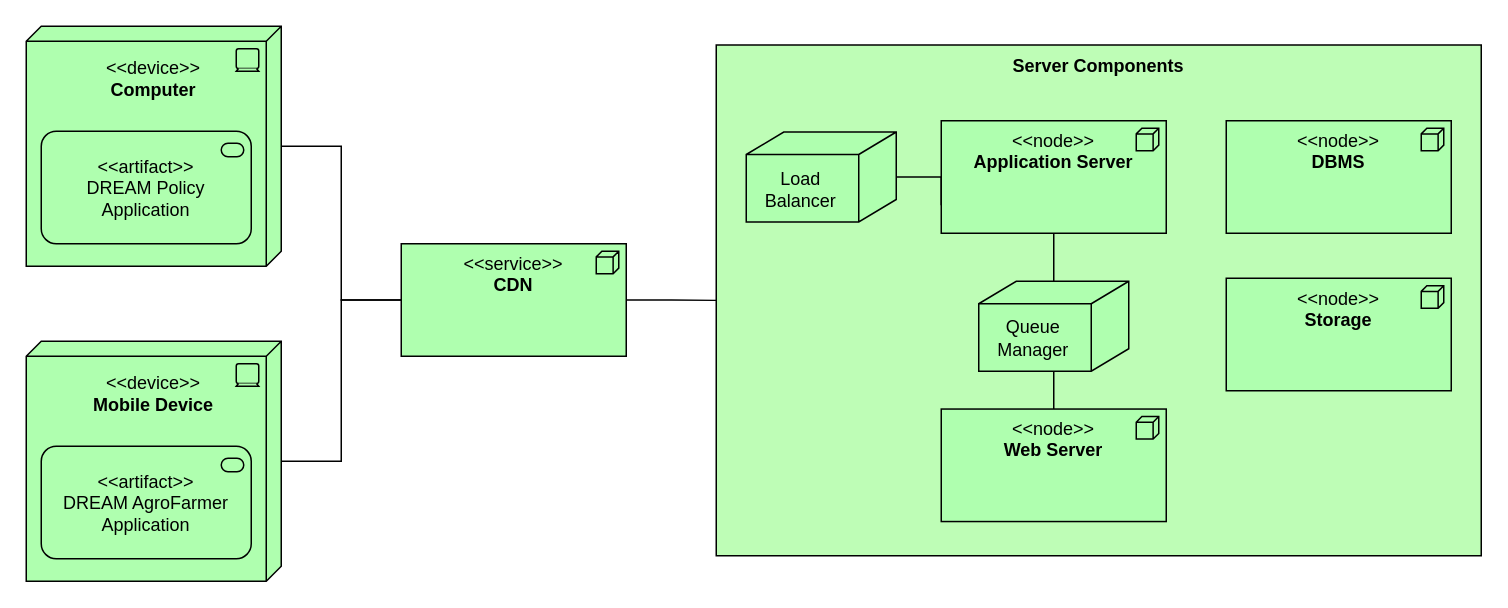
The draw.io diagram images_diagrams/dd/highlevel_deployment.drawio in gabrielemarra/DREAM-ProjectDesign, before the edit. Source tidied: cells renumbered, new cells numbered last; positions are measured from the earlier drawing's top-left corner, leaving out a move shared by most shapes. Both pictures are drawn from the tidied source at 150%, with x=0, y=0 at pixel (26, 26).
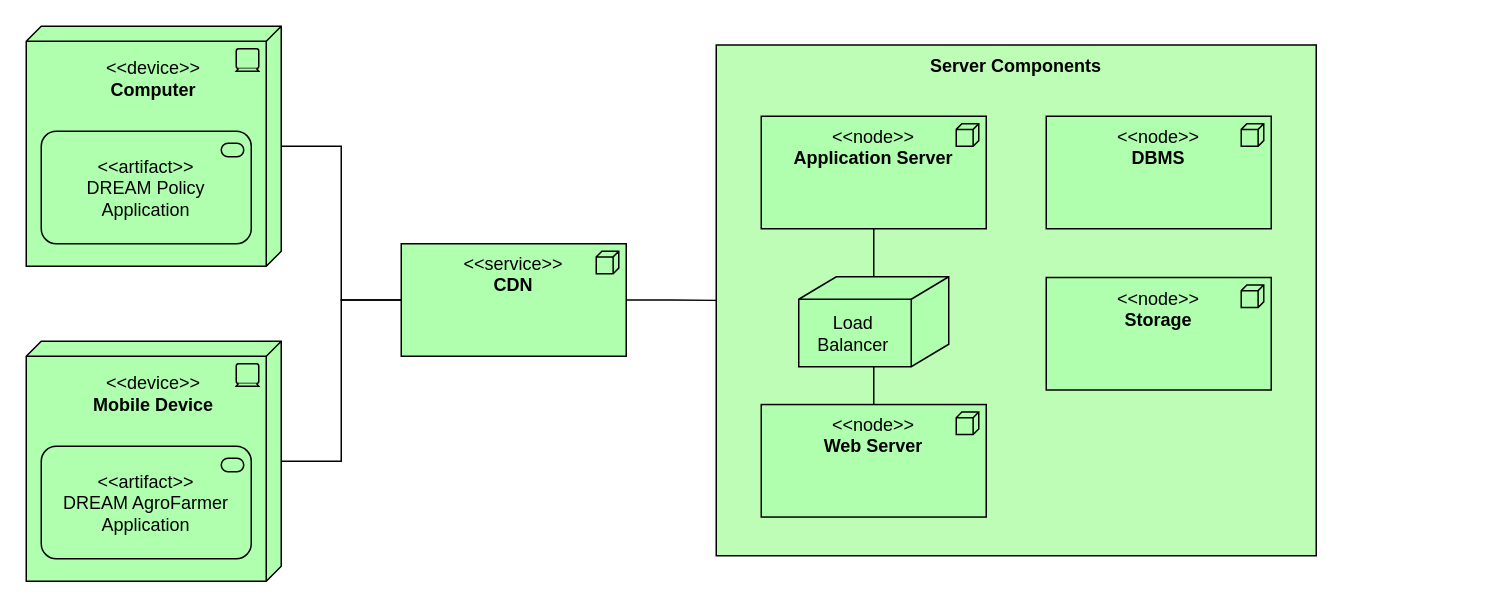
Above is the later version.

The edit, as a diff of the source:
```diff
@@
     <mxCell id="2" value="&lt;b&gt;Server Components&lt;/b&gt;" style="rounded=0;whiteSpace=wrap;html=1;arcSize=2;fillColor=#BEFDB6;strokeColor=#000000;verticalAlign=top;" parent="1" vertex="1">
-      <mxGeometry x="460" y="12.5" width="510" height="340.5" as="geometry" />
+      <mxGeometry x="460" y="12.5" width="400" height="340.5" as="geometry" />
     </mxCell>
@@
     <mxCell id="5" value="&lt;div&gt;&amp;lt;&amp;lt;node&amp;gt;&amp;gt; &lt;br&gt;&lt;/div&gt;&lt;div&gt;&lt;b&gt;Application Server&lt;/b&gt;&lt;/div&gt;" style="html=1;outlineConnect=0;whiteSpace=wrap;fillColor=#AFFFAF;shape=mxgraph.archimate3.application;appType=node;archiType=square;verticalAlign=top;" parent="1" vertex="1">
-      <mxGeometry x="610" y="63" width="150" height="75" as="geometry" />
+      <mxGeometry x="490" y="60" width="150" height="75" as="geometry" />
     </mxCell>
     <mxCell id="6" value="&lt;div&gt;&amp;lt;&amp;lt;node&amp;gt;&amp;gt;&lt;/div&gt;&lt;div&gt;&lt;b&gt;DBMS&lt;/b&gt;&lt;br&gt;&lt;/div&gt;" style="html=1;whiteSpace=wrap;fillColor=#AFFFAF;shape=mxgraph.archimate3.application;appType=node;archiType=square;verticalAlign=top;" parent="1" vertex="1">
-      <mxGeometry x="800" y="63" width="150" height="75" as="geometry" />
+      <mxGeometry x="680" y="60" width="150" height="75" as="geometry" />
     </mxCell>
     <mxCell id="7" value="&lt;div&gt;&amp;lt;&amp;lt;node&amp;gt;&amp;gt;&lt;/div&gt;&lt;div&gt;&lt;b&gt;Storage&lt;/b&gt;&lt;br&gt;&lt;/div&gt;" style="html=1;whiteSpace=wrap;fillColor=#AFFFAF;shape=mxgraph.archimate3.application;appType=node;archiType=square;verticalAlign=top;" parent="1" vertex="1">
-      <mxGeometry x="800" y="168" width="150" height="75" as="geometry" />
+      <mxGeometry x="680" y="167.5" width="150" height="75" as="geometry" />
     </mxCell>
@@
     <mxCell id="15" value="&lt;div&gt;&amp;lt;&amp;lt;node&amp;gt;&amp;gt;&lt;/div&gt;&lt;div&gt;&lt;b&gt;Web Server&lt;/b&gt;&lt;br&gt;&lt;/div&gt;" style="html=1;outlineConnect=0;whiteSpace=wrap;fillColor=#AFFFAF;shape=mxgraph.archimate3.application;appType=node;archiType=square;verticalAlign=top;" parent="1" vertex="1">
-      <mxGeometry x="610" y="255.2" width="150" height="75" as="geometry" />
+      <mxGeometry x="490" y="252.2" width="150" height="75" as="geometry" />
     </mxCell>
-    <mxCell id="16" style="edgeStyle=orthogonalEdgeStyle;rounded=0;jettySize=auto;html=1;exitX=1;exitY=0.5;exitDx=0;exitDy=0;exitPerimeter=0;entryX=0;entryY=0.75;entryDx=0;entryDy=0;entryPerimeter=0;endArrow=none;endFill=0;" parent="1" edge="1" source="17" target="5">
-      <mxGeometry relative="1" as="geometry" />
-    </mxCell>
-    <mxCell id="17" style="html=1;outlineConnect=0;whiteSpace=wrap;fillColor=#AFFFAF;shape=mxgraph.archimate3.node;rounded=0;strokeColor=#000000;verticalAlign=bottom;align=left;" parent="1" vertex="1">
-      <mxGeometry x="480" y="70.5" width="100" height="60" as="geometry" />
-    </mxCell>
-    <mxCell id="18" value="&lt;div&gt;Load&lt;/div&gt;&lt;div&gt;Balancer&lt;/div&gt;" style="text;html=1;align=center;verticalAlign=middle;strokeColor=none;fillColor=none;" parent="1" vertex="1">
-      <mxGeometry x="486" y="93.5" width="60" height="30" as="geometry" />
-    </mxCell>
@@
     <mxCell id="20" style="html=1;outlineConnect=0;whiteSpace=wrap;fillColor=#AFFFAF;shape=mxgraph.archimate3.node;rounded=0;strokeColor=#000000;verticalAlign=bottom;align=left;" parent="1" vertex="1">
-      <mxGeometry x="635" y="170" width="100" height="60" as="geometry" />
+      <mxGeometry x="515" y="167" width="100" height="60" as="geometry" />
     </mxCell>
-    <mxCell id="21" value="&lt;div&gt;Queue&lt;/div&gt;&lt;div&gt;Manager&lt;/div&gt;" style="text;html=1;align=center;verticalAlign=middle;strokeColor=none;fillColor=none;" parent="1" vertex="1">
-      <mxGeometry x="641" y="193" width="60" height="30" as="geometry" />
+    <mxCell id="21" value="&lt;div&gt;Load&lt;/div&gt;&lt;div&gt;Balancer&lt;/div&gt;" style="text;html=1;align=center;verticalAlign=middle;strokeColor=none;fillColor=none;" parent="1" vertex="1">
+      <mxGeometry x="521" y="190" width="60" height="30" as="geometry" />
     </mxCell>
```
